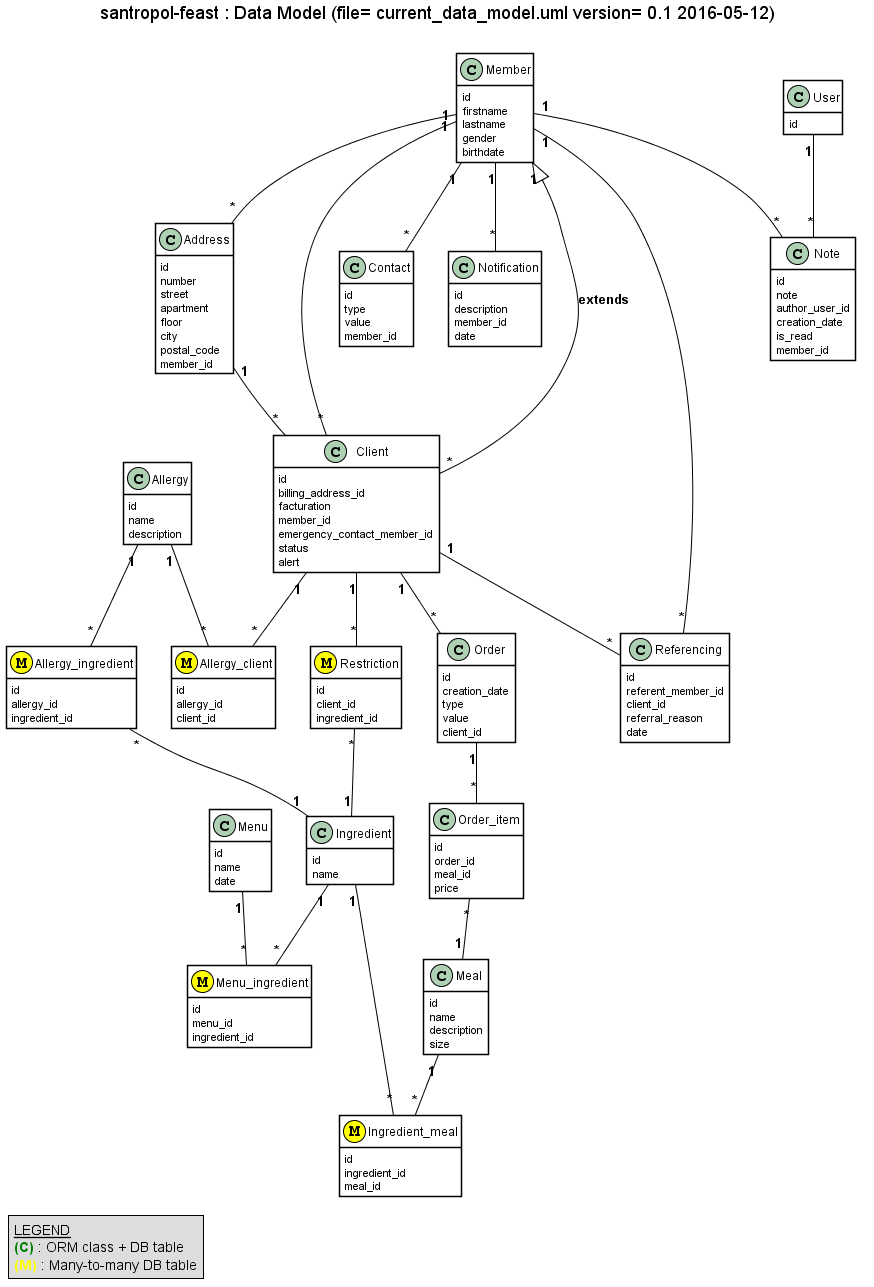
The PlantUML diagram docs/data_model/current_data_model.png in savoirfairelinux/sous-chef, before a commit.
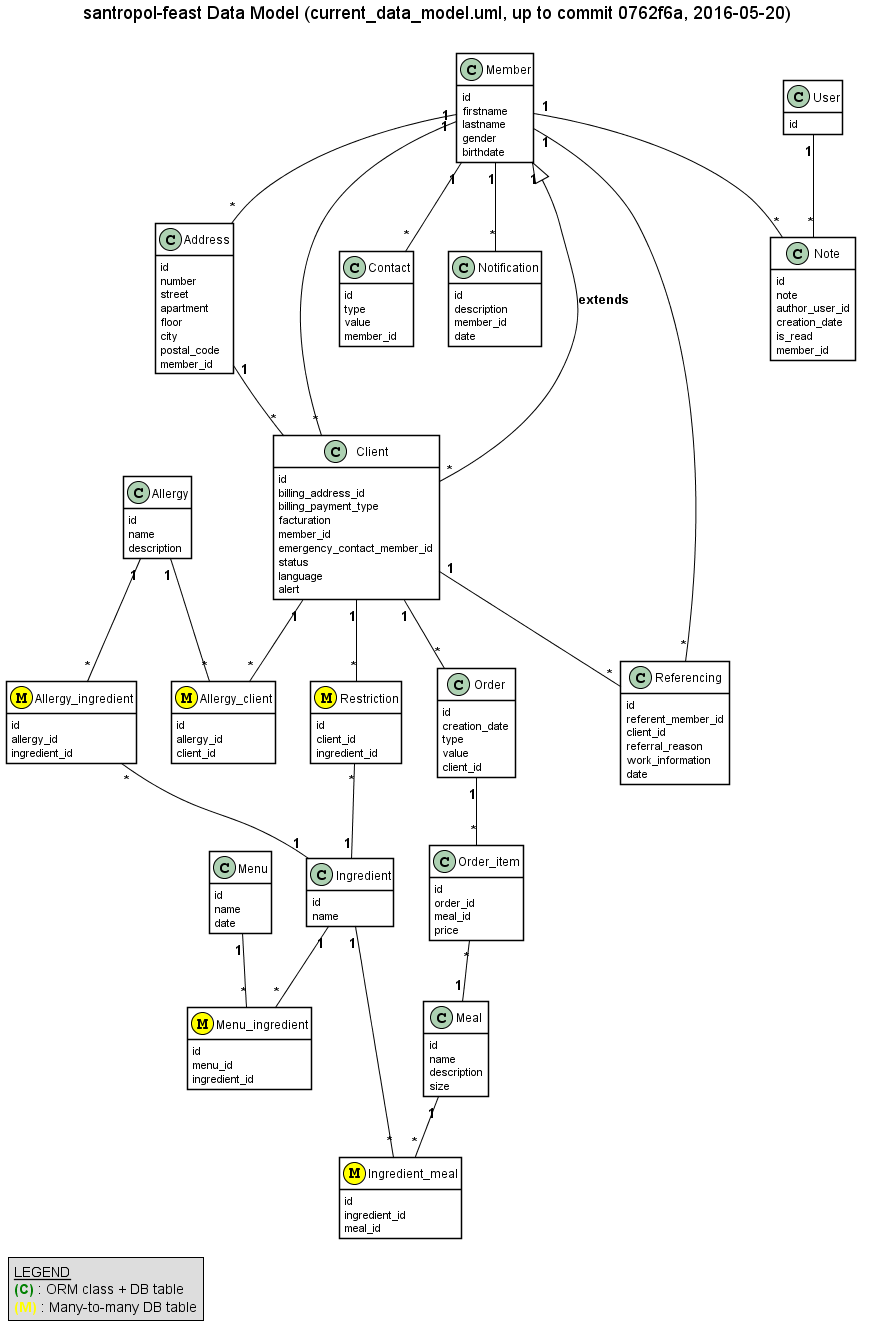
Above is the later version.

Commit message:
data model update upto 0762f6a

What changed in the source:
```diff
@@ -1,6 +1,6 @@
 @startuml
 scale 1.0
-title santropol-feast : Data Model (file= current_data_model.uml version= 0.1 2016-05-12)\n
+title santropol-feast Data Model (current_data_model.uml, up to commit 0762f6a, 2016-05-20)\n
 hide methods
 skinparam shadowing false
 skinparam classArrowColor Black
@@ -72,10 +72,12 @@
 class Client {
     id
     billing_address_id
+    billing_payment_type
     facturation
     member_id
     emergency_contact_member_id
     status
+    language
     alert
 }
 
@@ -160,6 +162,7 @@
     referent_member_id
     client_id
     referral_reason
+    work_information
     date
 }
 
```
